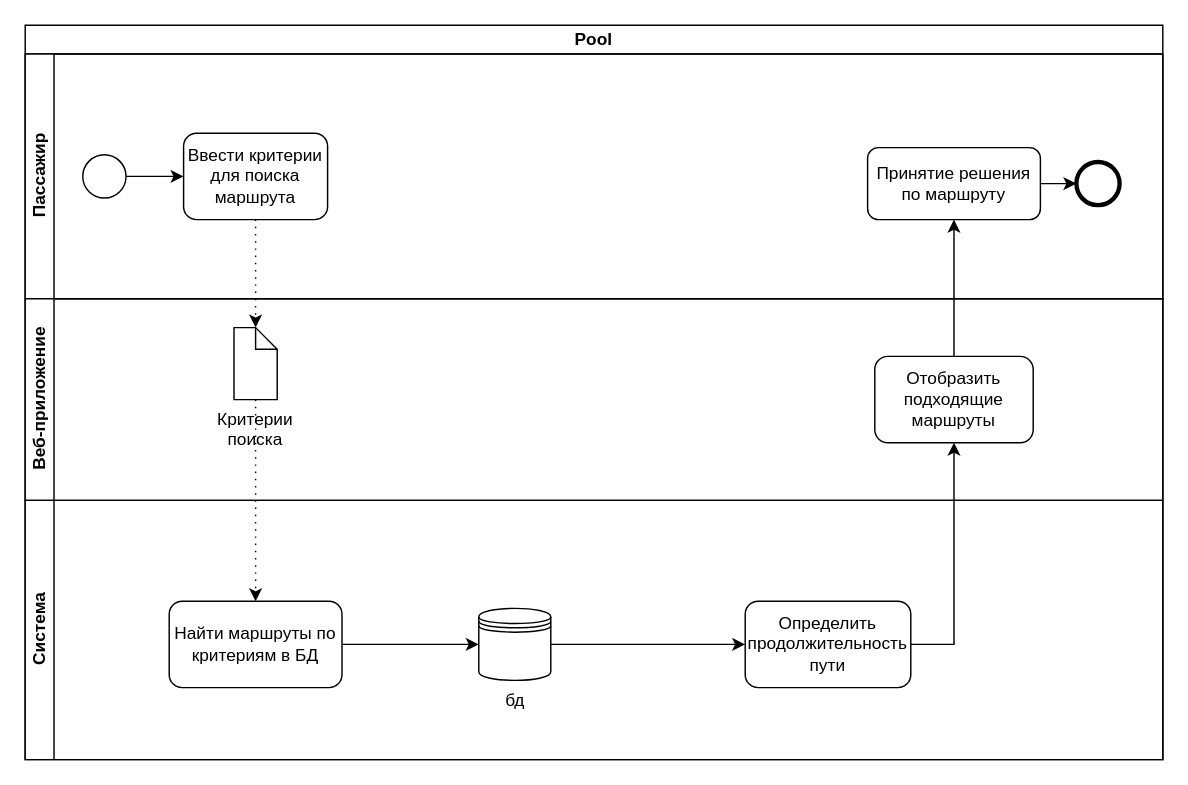
Above: BPMN.drawio in Anaastasiya/- (draw.io), before the change. Source tidied: cells renumbered, new cells numbered last; positions are measured from the earlier drawing's top-left corner, leaving out a move shared by most shapes. Both pictures are drawn from the tidied source at 144%, with x=0, y=0 at pixel (24, 24).
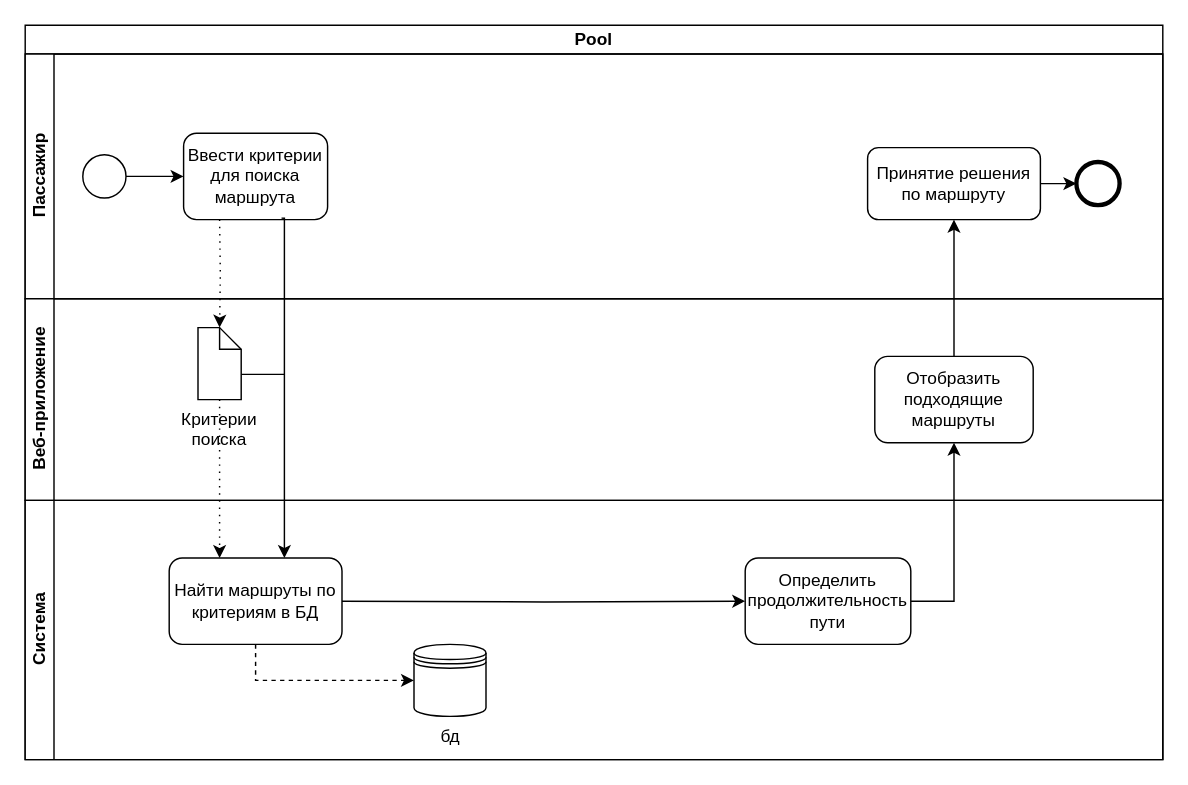
After the change.

Unchanged cells that the change refers to:
```xml
<mxCell id="2" value="Pool" style="swimlane;html=1;horizontal=1;startSize=20;whiteSpace=wrap;" parent="1" vertex="1">
  <mxGeometry width="790" height="510" as="geometry" />
</mxCell>
<mxCell id="6" value="Ввести критерии для поиска маршрута" style="html=1;whiteSpace=wrap;rounded=1;" parent="3" vertex="1">
  <mxGeometry x="110" y="55" width="100" height="60" as="geometry" />
</mxCell>
<mxCell id="10" value="Веб-приложение" style="swimlane;html=1;startSize=20;horizontal=0;" parent="2" vertex="1">
  <mxGeometry y="190" width="790" height="140" as="geometry" />
</mxCell>
<mxCell id="17" value="Система" style="swimlane;html=1;startSize=20;horizontal=0;" parent="2" vertex="1">
  <mxGeometry y="330" width="790" height="180" as="geometry" />
</mxCell>
```

What changed in the source:
```diff
@@
+    <mxCell id="15" style="edgeStyle=orthogonalEdgeStyle;rounded=0;jettySize=auto;html=1;exitX=0.5;exitY=1;exitDx=0;exitDy=0;entryX=0;entryY=0;entryDx=15;entryDy=0;entryPerimeter=0;endArrow=classic;endFill=1;dashed=1;dashPattern=1 4;" parent="2" edge="1" target="11">
+      <mxGeometry relative="1" as="geometry">
+        <mxPoint x="135" y="135" as="sourcePoint" />
+      </mxGeometry>
+    </mxCell>
+    <mxCell id="14" style="edgeStyle=orthogonalEdgeStyle;rounded=0;jettySize=auto;html=1;endArrow=classic;endFill=1;dashed=1;dashPattern=1 4;" parent="2" edge="1" source="11">
+      <mxGeometry relative="1" as="geometry">
+        <mxPoint x="135" y="370" as="targetPoint" />
+      </mxGeometry>
+    </mxCell>
@@
+    <mxCell id="23" style="edgeStyle=orthogonalEdgeStyle;rounded=0;jettySize=auto;html=1;exitX=0;exitY=0;exitDx=30;exitDy=32.5;exitPerimeter=0;endArrow=none;endFill=0;" parent="10" edge="1" source="11">
+      <mxGeometry relative="1" as="geometry">
+        <mxPoint x="180" y="53" as="targetPoint" />
+      </mxGeometry>
+    </mxCell>
     <mxCell id="11" value="Критерии поиска" style="shape=mxgraph.bpmn.data;labelPosition=center;verticalLabelPosition=bottom;align=center;verticalAlign=top;whiteSpace=wrap;size=15;html=1;" parent="10" vertex="1">
-      <mxGeometry x="145" y="20" width="30" height="50" as="geometry" />
+      <mxGeometry x="120" y="20" width="30" height="50" as="geometry" />
     </mxCell>
@@
-    <mxCell id="14" style="edgeStyle=orthogonalEdgeStyle;rounded=0;jettySize=auto;html=1;endArrow=classic;endFill=1;dashed=1;dashPattern=1 4;entryX=0.5;entryY=0;entryDx=0;entryDy=0;" parent="2" edge="1" source="11" target="21">
-      <mxGeometry relative="1" as="geometry" />
-    </mxCell>
-    <mxCell id="15" style="edgeStyle=orthogonalEdgeStyle;rounded=0;jettySize=auto;html=1;exitX=0.5;exitY=1;exitDx=0;exitDy=0;entryX=0;entryY=0;entryDx=15;entryDy=0;entryPerimeter=0;endArrow=classic;endFill=1;dashed=1;dashPattern=1 4;" parent="2" edge="1" source="6" target="11">
-      <mxGeometry relative="1" as="geometry" />
-    </mxCell>
@@
+    <mxCell id="24" style="edgeStyle=orthogonalEdgeStyle;rounded=0;jettySize=auto;html=1;exitX=0.68;exitY=0.983;exitDx=0;exitDy=0;exitPerimeter=0;" parent="2" edge="1" source="6">
+      <mxGeometry relative="1" as="geometry">
+        <mxPoint x="180" y="370" as="targetPoint" />
+        <Array as="points">
+          <mxPoint x="180" y="210" />
+          <mxPoint x="180" y="210" />
+        </Array>
+      </mxGeometry>
+    </mxCell>
@@
-    <mxCell id="18" style="edgeStyle=orthogonalEdgeStyle;rounded=0;jettySize=auto;html=1;endArrow=classic;endFill=1;exitX=1;exitY=0.5;exitDx=0;exitDy=0;entryX=0;entryY=0.5;entryDx=0;entryDy=0;" parent="17" edge="1" source="22" target="19">
-      <mxGeometry relative="1" as="geometry" />
-    </mxCell>
     <mxCell id="19" value="Определить&lt;br&gt;продолжительность пути" style="html=1;whiteSpace=wrap;rounded=1;" parent="17" vertex="1">
-      <mxGeometry x="500" y="70" width="115" height="60" as="geometry" />
+      <mxGeometry x="500" y="40" width="115" height="60" as="geometry" />
     </mxCell>
-    <mxCell id="20" style="edgeStyle=orthogonalEdgeStyle;rounded=0;jettySize=auto;html=1;" parent="17" edge="1" source="21" target="22">
+    <mxCell id="20" style="edgeStyle=orthogonalEdgeStyle;rounded=0;jettySize=auto;html=1;dashed=1;exitX=0.5;exitY=1;exitDx=0;exitDy=0;" parent="17" edge="1" source="21" target="22">
       <mxGeometry relative="1" as="geometry" />
     </mxCell>
+    <mxCell id="25" style="edgeStyle=orthogonalEdgeStyle;rounded=0;jettySize=auto;html=1;" parent="17" edge="1" target="19">
+      <mxGeometry relative="1" as="geometry">
+        <mxPoint x="220" y="70" as="sourcePoint" />
+      </mxGeometry>
+    </mxCell>
     <mxCell id="21" value="Найти маршруты по критериям в БД" style="rounded=1;whiteSpace=wrap;html=1;" parent="17" vertex="1">
-      <mxGeometry x="100" y="70" width="120" height="60" as="geometry" />
+      <mxGeometry x="100" y="40" width="120" height="60" as="geometry" />
     </mxCell>
     <mxCell id="22" value="бд" style="shape=datastore;html=1;labelPosition=center;verticalLabelPosition=bottom;align=center;verticalAlign=top;" parent="17" vertex="1">
-      <mxGeometry x="315" y="75" width="50" height="50" as="geometry" />
+      <mxGeometry x="270" y="100" width="50" height="50" as="geometry" />
     </mxCell>
```
